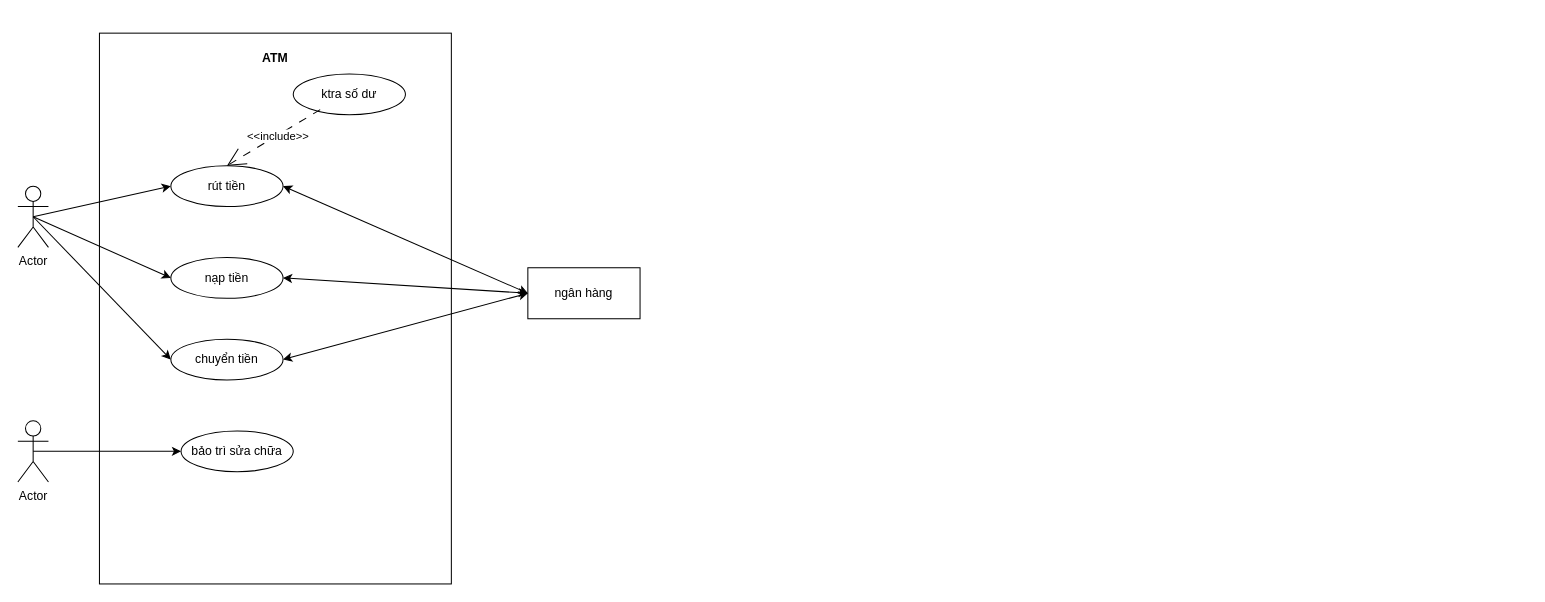
The draw.io diagram bai3.drawio in Clow295/Clow295, before the edit. Source tidied: cells renumbered, new cells numbered last; positions are measured from the earlier drawing's top-left corner, leaving out a move shared by most shapes. Both pictures are drawn from the tidied source at 102%, with x=0, y=0 at pixel (17, 33).
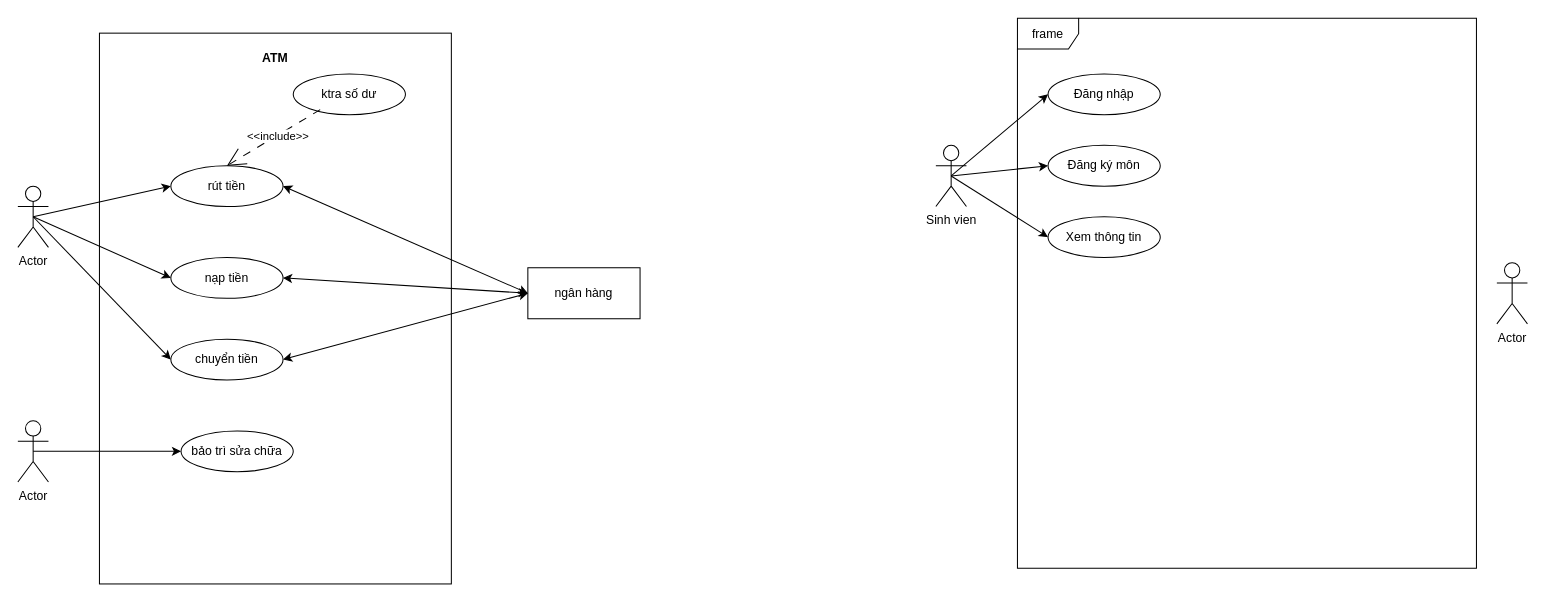
Above is the later version.

What changed in the source:
```diff
@@
+    <mxCell id="20" value="Actor" style="shape=umlActor;verticalLabelPosition=bottom;verticalAlign=top;html=1;" parent="1" vertex="1">
+      <mxGeometry x="1450" y="225" width="30" height="60" as="geometry" />
+    </mxCell>
+    <mxCell id="21" style="rounded=0;jettySize=auto;html=1;exitX=0.5;exitY=0.5;exitDx=0;exitDy=0;exitPerimeter=0;entryX=0;entryY=0.5;entryDx=0;entryDy=0;" parent="1" edge="1" source="24" target="26">
+      <mxGeometry relative="1" as="geometry" />
+    </mxCell>
+    <mxCell id="22" style="rounded=0;jettySize=auto;html=1;exitX=0.5;exitY=0.5;exitDx=0;exitDy=0;exitPerimeter=0;entryX=0;entryY=0.5;entryDx=0;entryDy=0;" parent="1" edge="1" source="24" target="25">
+      <mxGeometry relative="1" as="geometry" />
+    </mxCell>
+    <mxCell id="23" style="rounded=0;jettySize=auto;html=1;exitX=0.5;exitY=0.5;exitDx=0;exitDy=0;exitPerimeter=0;entryX=0;entryY=0.5;entryDx=0;entryDy=0;" parent="1" edge="1" source="24" target="27">
+      <mxGeometry relative="1" as="geometry" />
+    </mxCell>
+    <mxCell id="24" value="Sinh vien&lt;br&gt;" style="shape=umlActor;verticalLabelPosition=bottom;verticalAlign=top;html=1;" parent="1" vertex="1">
+      <mxGeometry x="900" y="110" width="30" height="60" as="geometry" />
+    </mxCell>
+    <mxCell id="25" value="Đăng ký môn" style="ellipse;whiteSpace=wrap;html=1;" parent="1" vertex="1">
+      <mxGeometry x="1010" y="110" width="110" height="40" as="geometry" />
+    </mxCell>
+    <mxCell id="26" value="Đăng nhập" style="ellipse;whiteSpace=wrap;html=1;" parent="1" vertex="1">
+      <mxGeometry x="1010" y="40" width="110" height="40" as="geometry" />
+    </mxCell>
+    <mxCell id="27" value="Xem thông tin" style="ellipse;whiteSpace=wrap;html=1;" parent="1" vertex="1">
+      <mxGeometry x="1010" y="180" width="110" height="40" as="geometry" />
+    </mxCell>
+    <mxCell id="28" value="frame" style="shape=umlFrame;whiteSpace=wrap;html=1;" parent="1" vertex="1">
+      <mxGeometry x="980" y="-14.5" width="450" height="539" as="geometry" />
+    </mxCell>
```
